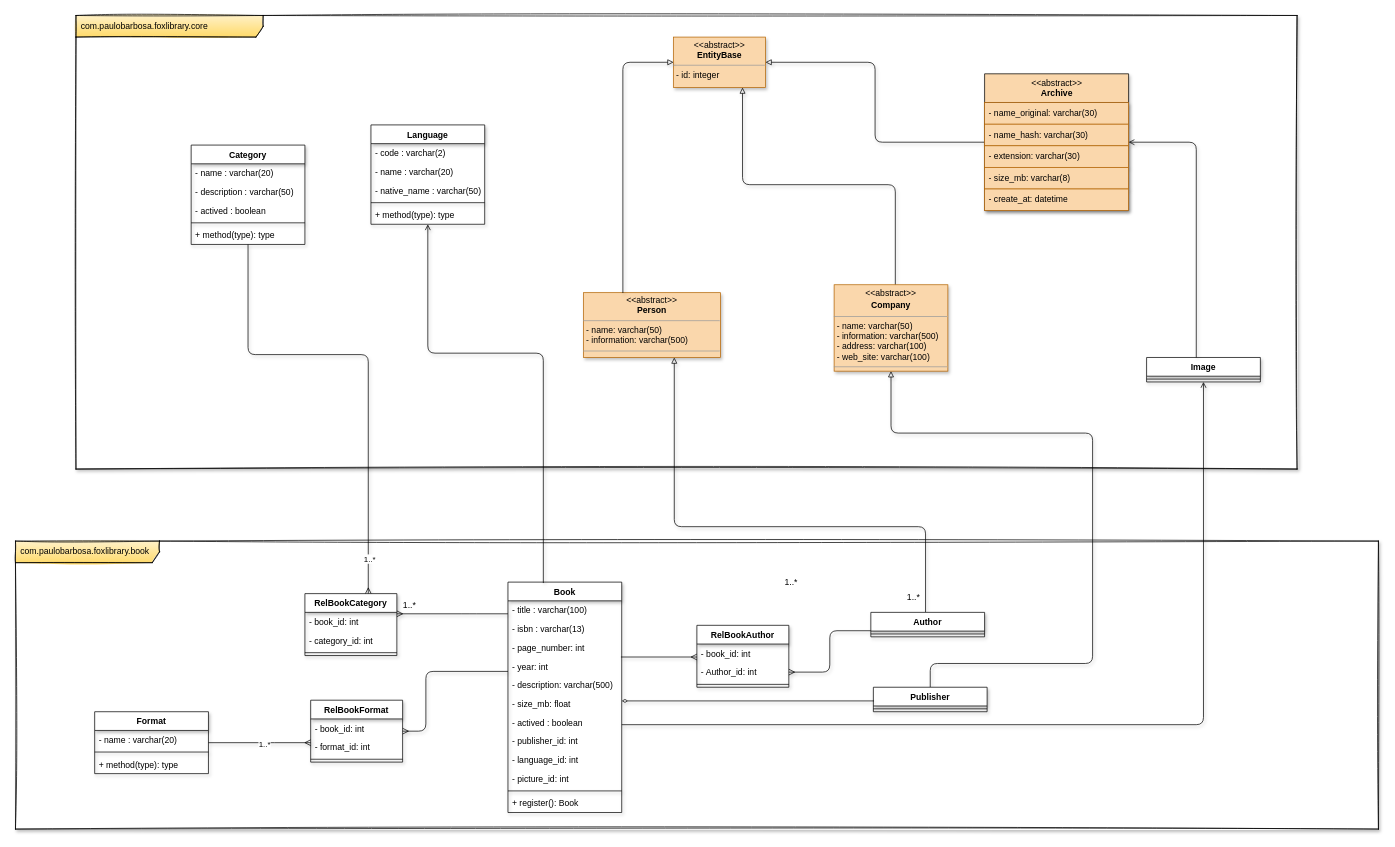
Earlier version of the draw.io diagram documentation/foxlibrary.drawio (phjb/foxlibrary). Source tidied: cells renumbered, new cells numbered last; positions are measured from the earlier drawing's top-left corner, leaving out a move shared by most shapes. Both pictures are drawn from the tidied source at 72%, with x=0, y=0 at pixel (15, 15).
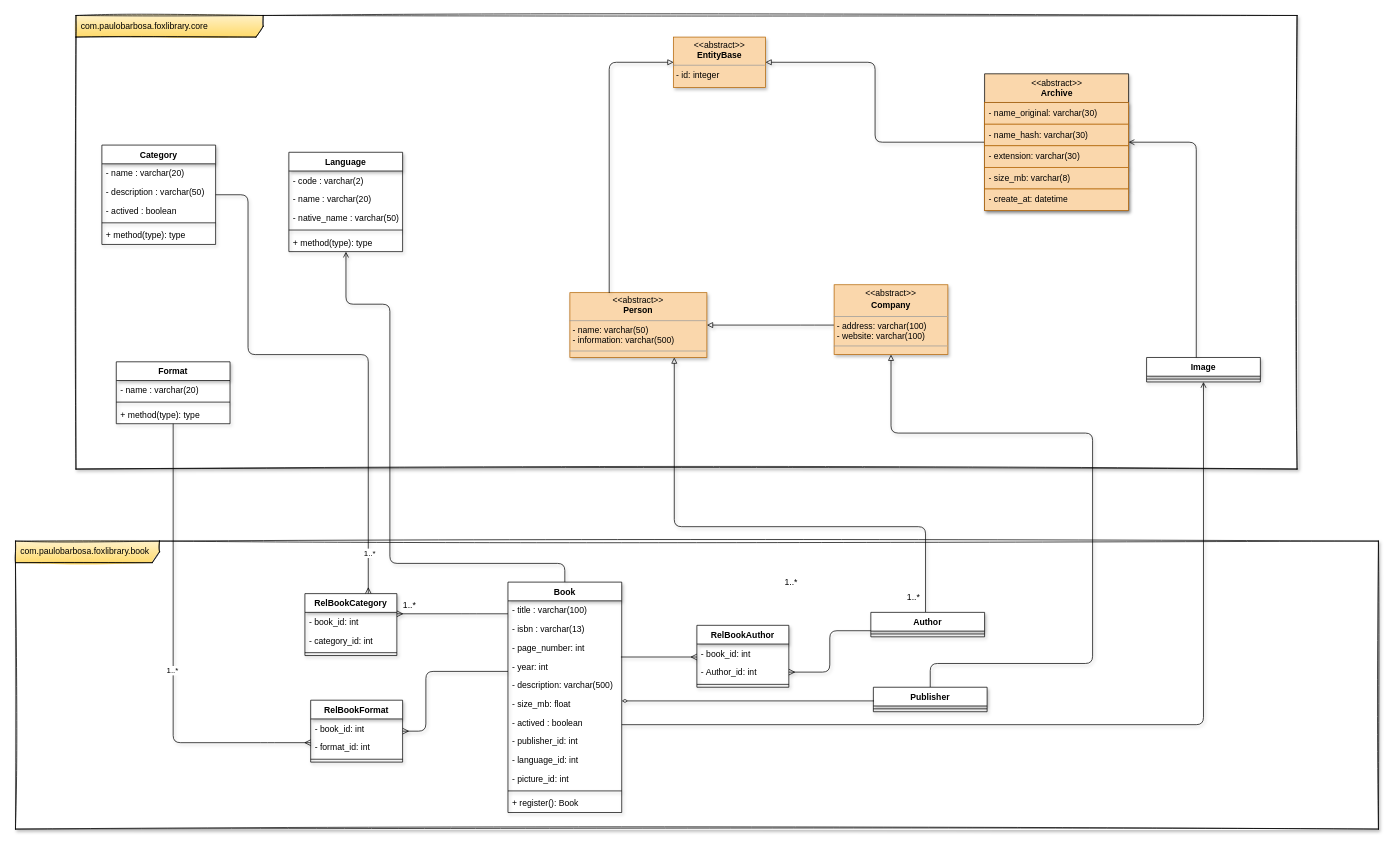
The same diagram, later.

Unchanged cells that the change refers to:
```xml
<mxCell id="6" value="&lt;p style=&quot;margin:0px;margin-top:4px;text-align:center;&quot;&gt;&amp;lt;&amp;lt;abstract&amp;gt;&amp;gt;&lt;b&gt;&lt;br&gt;EntityBase&lt;/b&gt;&lt;/p&gt;&lt;hr size=&quot;1&quot;&gt;&lt;p style=&quot;margin:0px;margin-left:4px;&quot;&gt;- id: integer&lt;/p&gt;&lt;p style=&quot;margin:0px;margin-left:4px;&quot;&gt;&lt;br&gt;&lt;/p&gt;" style="verticalAlign=top;align=left;overflow=fill;fontSize=12;fontFamily=Helvetica;html=1;shadow=1;sketch=0;swimlaneLine=1;swimlaneFillColor=default;fillColor=#fad7ac;strokeColor=#b46504;" parent="1" vertex="1">
  <mxGeometry x="914" y="30" width="127.7" height="70" as="geometry" />
</mxCell>
<mxCell id="22" value="Book" style="swimlane;fontStyle=1;align=center;verticalAlign=top;horizontal=1;startSize=26;shadow=1;rounded=0;glass=0;sketch=0;swimlaneFillColor=none;swimlaneLine=1;" parent="1" vertex="1">
  <mxGeometry x="684" y="787" width="158" height="320" as="geometry" />
</mxCell>
```

Diff of the diagram source:
```diff
@@
-    <mxCell id="4" style="edgeStyle=orthogonalEdgeStyle;rounded=1;jettySize=auto;html=1;entryX=0.75;entryY=1;entryDx=0;entryDy=0;shadow=1;sketch=0;swimlaneLine=1;endArrow=block;endFill=0;" parent="1" edge="1" source="5" target="6">
+    <mxCell id="4" style="edgeStyle=orthogonalEdgeStyle;rounded=1;jettySize=auto;html=1;entryX=1;entryY=0.5;entryDx=0;entryDy=0;shadow=1;sketch=0;swimlaneLine=1;endArrow=block;endFill=0;" parent="1" edge="1" source="5" target="7">
       <mxGeometry relative="1" as="geometry">
         <Array as="points">
-          <mxPoint x="1222" y="235" />
-          <mxPoint x="1010" y="235" />
+          <mxPoint x="1100" y="430" />
+          <mxPoint x="1100" y="430" />
         </Array>
       </mxGeometry>
     </mxCell>
-    <mxCell id="5" value="&lt;p style=&quot;margin: 4px 0px 0px; text-align: center; line-height: 1.4;&quot;&gt;&amp;lt;&amp;lt;abstract&amp;gt;&amp;gt;&lt;br&gt;&lt;b&gt;Company&lt;/b&gt;&lt;br&gt;&lt;/p&gt;&lt;hr size=&quot;1&quot;&gt;&lt;p style=&quot;margin:0px;margin-left:4px;&quot;&gt;- name: varchar(50)&lt;/p&gt;&lt;p style=&quot;margin:0px;margin-left:4px;&quot;&gt;- information: varchar(500)&amp;nbsp;&lt;/p&gt;&lt;p style=&quot;margin:0px;margin-left:4px;&quot;&gt;- address: varchar(100)&lt;br&gt;- web_site: varchar(100)&lt;br&gt;&lt;/p&gt;&lt;hr size=&quot;1&quot;&gt;&lt;p style=&quot;margin:0px;margin-left:4px;&quot;&gt;&lt;br&gt;&lt;/p&gt;" style="verticalAlign=top;align=left;overflow=fill;fontSize=12;fontFamily=Helvetica;html=1;glass=0;shadow=1;direction=west;sketch=0;swimlaneLine=1;swimlaneFillColor=default;fillColor=#fad7ac;strokeColor=#b46504;" parent="1" vertex="1">
-      <mxGeometry x="1137" y="374" width="158" height="120" as="geometry" />
+    <mxCell id="5" value="&lt;p style=&quot;margin: 4px 0px 0px; text-align: center; line-height: 1.4;&quot;&gt;&amp;lt;&amp;lt;abstract&amp;gt;&amp;gt;&lt;br&gt;&lt;b&gt;Company&lt;/b&gt;&lt;br&gt;&lt;/p&gt;&lt;hr size=&quot;1&quot;&gt;&lt;p style=&quot;margin:0px;margin-left:4px;&quot;&gt;&lt;span style=&quot;background-color: initial;&quot;&gt;- address: varchar(100)&lt;/span&gt;&lt;/p&gt;&lt;p style=&quot;margin:0px;margin-left:4px;&quot;&gt;- website: varchar(100)&lt;br&gt;&lt;/p&gt;&lt;hr size=&quot;1&quot;&gt;&lt;p style=&quot;margin:0px;margin-left:4px;&quot;&gt;&lt;br&gt;&lt;/p&gt;" style="verticalAlign=top;align=left;overflow=fill;fontSize=12;fontFamily=Helvetica;html=1;glass=0;shadow=1;direction=west;sketch=0;swimlaneLine=1;swimlaneFillColor=default;fillColor=#fad7ac;strokeColor=#b46504;" parent="1" vertex="1">
+      <mxGeometry x="1137" y="374" width="158" height="97" as="geometry" />
     </mxCell>
@@
     <mxCell id="7" value="&lt;p style=&quot;margin:0px;margin-top:4px;text-align:center;&quot;&gt;&amp;lt;&amp;lt;abstract&amp;gt;&amp;gt;&lt;br&gt;&lt;b&gt;Person&lt;/b&gt;&lt;br&gt;&lt;/p&gt;&lt;hr size=&quot;1&quot;&gt;&lt;p style=&quot;margin:0px;margin-left:4px;&quot;&gt;- name: varchar(50)&lt;/p&gt;&lt;p style=&quot;margin:0px;margin-left:4px;&quot;&gt;- information: varchar(500)&amp;nbsp;&lt;/p&gt;&lt;hr size=&quot;1&quot;&gt;&lt;p style=&quot;margin:0px;margin-left:4px;&quot;&gt;&lt;br&gt;&lt;/p&gt;" style="verticalAlign=top;align=left;overflow=fill;fontSize=12;fontFamily=Helvetica;html=1;glass=0;shadow=1;sketch=0;swimlaneLine=1;swimlaneFillColor=default;fillColor=#fad7ac;strokeColor=#b46504;" parent="1" vertex="1">
-      <mxGeometry x="789" y="385" width="190.3" height="90" as="geometry" />
+      <mxGeometry x="770" y="385" width="190.3" height="90" as="geometry" />
     </mxCell>
@@
     <mxCell id="9" value="Language" style="swimlane;fontStyle=1;align=center;verticalAlign=top;horizontal=1;startSize=26;shadow=1;rounded=0;glass=0;sketch=0;swimlaneFillColor=none;swimlaneLine=1;" parent="1" vertex="1">
-      <mxGeometry x="493.7" y="152" width="158" height="138" as="geometry" />
+      <mxGeometry x="379.7" y="190" width="158" height="138" as="geometry" />
     </mxCell>
@@
-    <mxCell id="43" style="edgeStyle=orthogonalEdgeStyle;shape=connector;rounded=1;sketch=0;jettySize=auto;html=1;shadow=1;labelBackgroundColor=default;fontFamily=Helvetica;fontSize=12;fontColor=default;endArrow=open;endFill=0;exitX=0.311;exitY=0.004;exitDx=0;exitDy=0;exitPerimeter=0;elbow=vertical;swimlaneLine=1;" parent="1" edge="1" source="22" target="9">
+    <mxCell id="43" style="edgeStyle=orthogonalEdgeStyle;shape=connector;rounded=1;sketch=0;jettySize=auto;html=1;shadow=1;labelBackgroundColor=default;fontFamily=Helvetica;fontSize=12;fontColor=default;endArrow=open;endFill=0;exitX=0.5;exitY=0;exitDx=0;exitDy=0;elbow=vertical;swimlaneLine=1;" parent="1" edge="1" source="22" target="9">
       <mxGeometry relative="1" as="geometry">
         <Array as="points">
-          <mxPoint x="734" y="469" />
+          <mxPoint x="763" y="761" />
+          <mxPoint x="520" y="761" />
+          <mxPoint x="520" y="401" />
+          <mxPoint x="459" y="401" />
         </Array>
       </mxGeometry>
     </mxCell>
@@
     <mxCell id="50" value="Category" style="swimlane;fontStyle=1;align=center;verticalAlign=top;horizontal=1;startSize=26;shadow=1;rounded=0;glass=0;sketch=0;swimlaneFillColor=none;swimlaneLine=1;" parent="1" vertex="1">
-      <mxGeometry x="244" y="180" width="158" height="138" as="geometry" />
+      <mxGeometry x="120" y="180" width="158" height="138" as="geometry" />
     </mxCell>
@@
     <mxCell id="76" value="Format" style="swimlane;fontStyle=1;align=center;verticalAlign=top;horizontal=1;startSize=26;shadow=1;rounded=0;glass=0;sketch=0;swimlaneFillColor=none;swimlaneLine=1;" parent="1" vertex="1">
-      <mxGeometry x="110" y="967" width="158" height="86" as="geometry" />
+      <mxGeometry x="140" y="481" width="158" height="86" as="geometry" />
     </mxCell>
```
